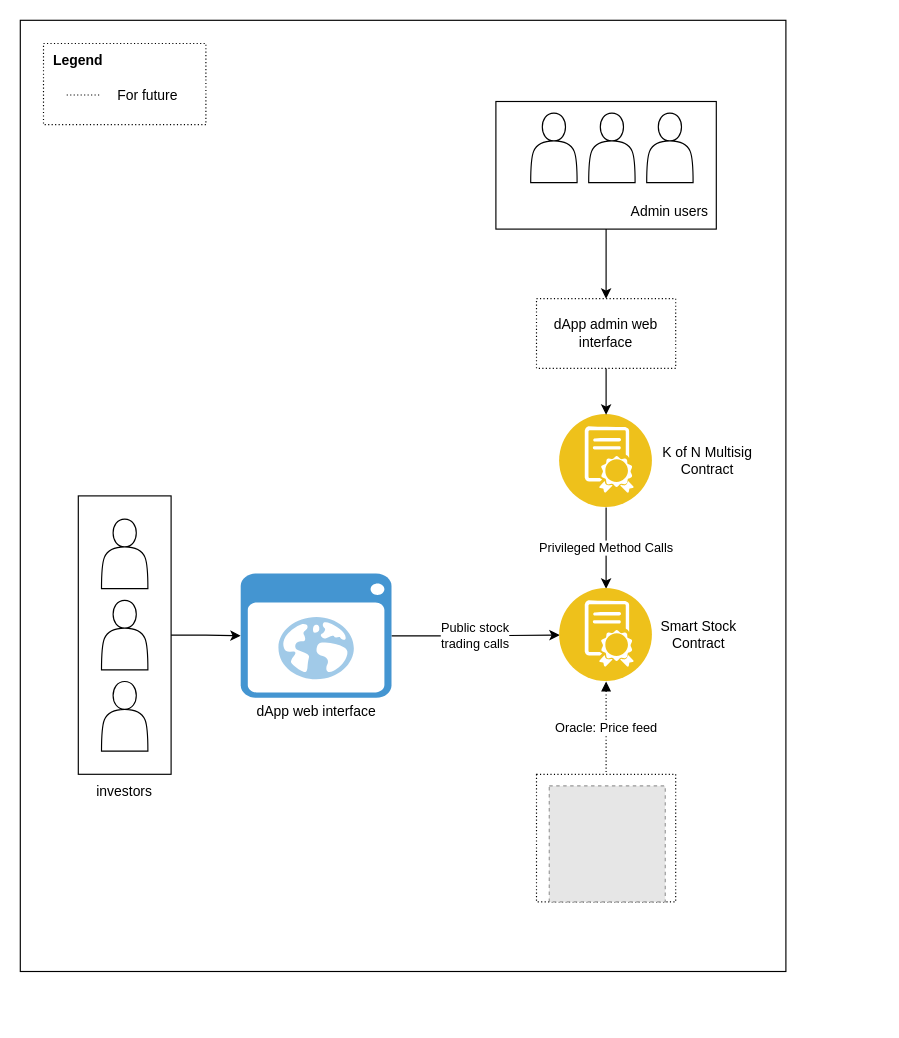
Earlier version of the draw.io diagram diagrams/HighLevelArchitecture.drawio (amaharana/near-smart-stock-contract). Source tidied: cells renumbered, new cells numbered last; positions are measured from the earlier drawing's top-left corner, leaving out a move shared by most shapes. Both pictures are drawn from the tidied source at 116%, with x=0, y=0 at pixel (20, 20). Pictures stored in the file or linked from it are replaced by grey dashed boxes.
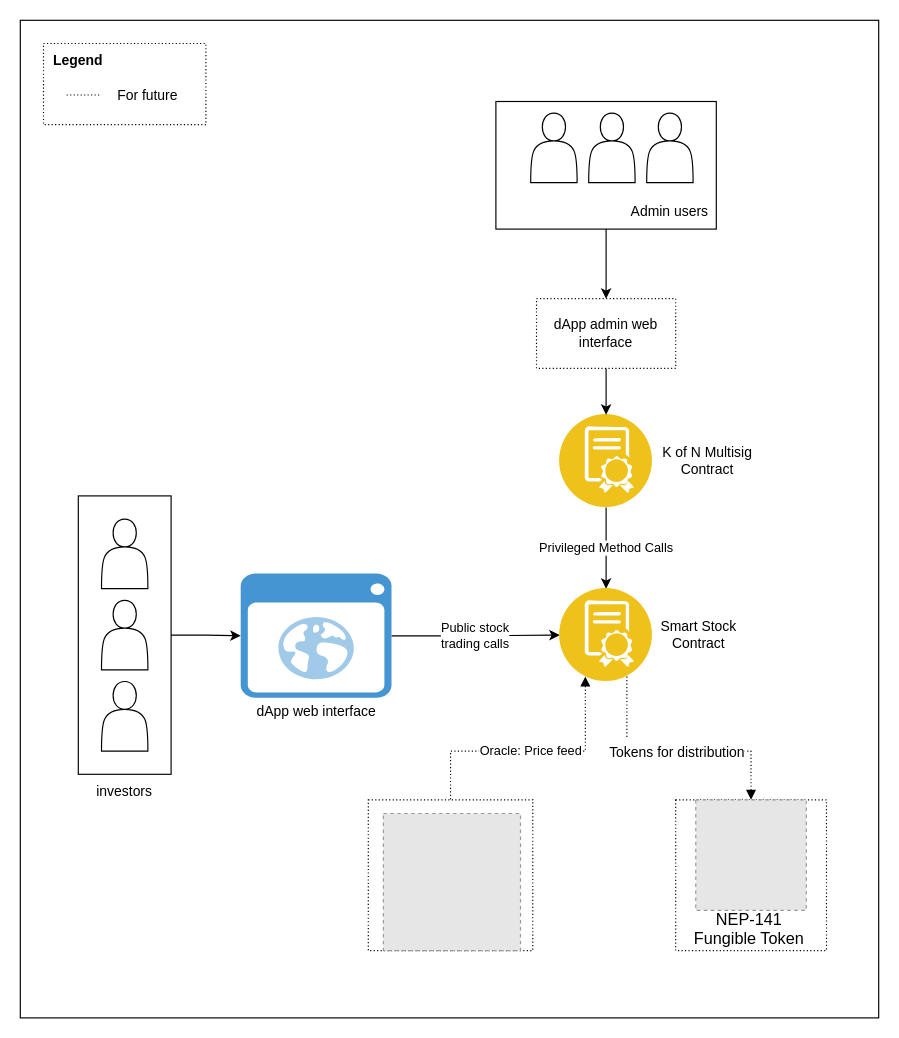
After the change.

Commit message:
Update arch diagram to represent fungible token for future

The change refers to these unchanged cells:
```xml
<mxCell id="16" style="perimeter=ellipsePerimeter;html=1;align=center;shadow=0;dashed=0;fontColor=#4277BB;labelBackgroundColor=#ffffff;fontSize=12;spacingTop=3;image;image=img/lib/ibm/blockchain/smart_contract.svg;" parent="15" vertex="1">
  <mxGeometry width="80" height="80" as="geometry" />
</mxCell>
```

The edit, as a diff of the source:
```diff
@@
     <mxCell id="2" style="rounded=0;whiteSpace=wrap;html=1;" parent="1" vertex="1">
-      <mxGeometry width="660" height="820" as="geometry" />
+      <mxGeometry width="740" height="860" as="geometry" />
     </mxCell>
@@
-    <mxCell id="31" style="rounded=0;whiteSpace=wrap;html=1;dashed=1;dashPattern=1 2;" parent="1" vertex="1">
-      <mxGeometry x="445" y="650" width="120" height="110" as="geometry" />
-    </mxCell>
-    <mxCell id="32" style="fillColor=#E6E6E6;strokeColor=#999999;dashed=1;verticalLabelPosition=bottom;labelBackgroundColor=default;verticalAlign=top;" parent="1" vertex="1">
-      <mxGeometry x="456" y="660" width="100" height="100" as="geometry" />
-    </mxCell>
-    <mxCell id="33" value="Oracle: Price feed" style="edgeStyle=orthogonalEdgeStyle;rounded=0;jettySize=auto;html=1;exitX=0.5;exitY=1;exitDx=0;exitDy=0;dashed=1;dashPattern=1 2;entryX=0.5;entryY=0;entryDx=0;entryDy=0;endArrow=none;endFill=0;startArrow=block;startFill=1;" parent="1" edge="1" source="16" target="31">
-      <mxGeometry relative="1" as="geometry" />
+    <mxCell id="33" value="Oracle: Price feed" style="edgeStyle=orthogonalEdgeStyle;rounded=0;jettySize=auto;html=1;exitX=0.25;exitY=1;exitDx=0;exitDy=0;dashed=1;dashPattern=1 2;entryX=0.5;entryY=0;entryDx=0;entryDy=0;endArrow=none;endFill=0;startArrow=block;startFill=1;" parent="1" edge="1" source="16" target="31">
+      <mxGeometry relative="1" as="geometry">
+        <Array as="points">
+          <mxPoint x="487" y="630" />
+          <mxPoint x="370" y="630" />
+          <mxPoint x="370" y="672" />
+        </Array>
+      </mxGeometry>
     </mxCell>
@@
+    <mxCell id="39" style="group;" parent="1" vertex="1">
+      <mxGeometry x="565" y="672" width="130" height="130" as="geometry" />
+    </mxCell>
+    <mxCell id="40" style="rounded=0;whiteSpace=wrap;html=1;dashed=1;dashPattern=1 2;" parent="39" vertex="1">
+      <mxGeometry width="130" height="130" as="geometry" />
+    </mxCell>
+    <mxCell id="41" style="fillColor=#E6E6E6;strokeColor=#999999;dashed=1;verticalLabelPosition=bottom;labelBackgroundColor=default;verticalAlign=top;" parent="39" vertex="1">
+      <mxGeometry x="17.3" width="95.3" height="95.3" as="geometry" />
+    </mxCell>
+    <mxCell id="42" value="NEP-141 Fungible Token" style="text;html=1;strokeColor=none;fillColor=none;align=center;verticalAlign=middle;whiteSpace=wrap;rounded=0;dashed=1;dashPattern=1 2;fontSize=14;" parent="39" vertex="1">
+      <mxGeometry x="6.7" y="98.3" width="112.7" height="26" as="geometry" />
+    </mxCell>
+    <mxCell id="43" style="group;" parent="1" vertex="1">
+      <mxGeometry x="300" y="672" width="141.8" height="130" as="geometry" />
+    </mxCell>
+    <mxCell id="31" style="rounded=0;whiteSpace=wrap;html=1;dashed=1;dashPattern=1 2;" parent="43" vertex="1">
+      <mxGeometry width="141.8" height="130" as="geometry" />
+    </mxCell>
+    <mxCell id="32" style="fillColor=#E6E6E6;strokeColor=#999999;dashed=1;verticalLabelPosition=bottom;labelBackgroundColor=default;verticalAlign=top;" parent="43" vertex="1">
+      <mxGeometry x="13" y="11.8" width="118.2" height="118.2" as="geometry" />
+    </mxCell>
+    <mxCell id="44" value="&lt;font style=&quot;font-size: 12px&quot;&gt;Tokens for distribution&lt;/font&gt;" style="edgeStyle=orthogonalEdgeStyle;rounded=0;jettySize=auto;html=1;exitX=0.75;exitY=1;exitDx=0;exitDy=0;dashed=1;dashPattern=1 2;fontSize=18;startArrow=none;startFill=0;endArrow=block;endFill=1;entryX=0.5;entryY=0;entryDx=0;entryDy=0;" parent="1" edge="1" source="16" target="41">
+      <mxGeometry relative="1" as="geometry">
+        <Array as="points">
+          <mxPoint x="523" y="630" />
+          <mxPoint x="630" y="630" />
+        </Array>
+      </mxGeometry>
+    </mxCell>
```
